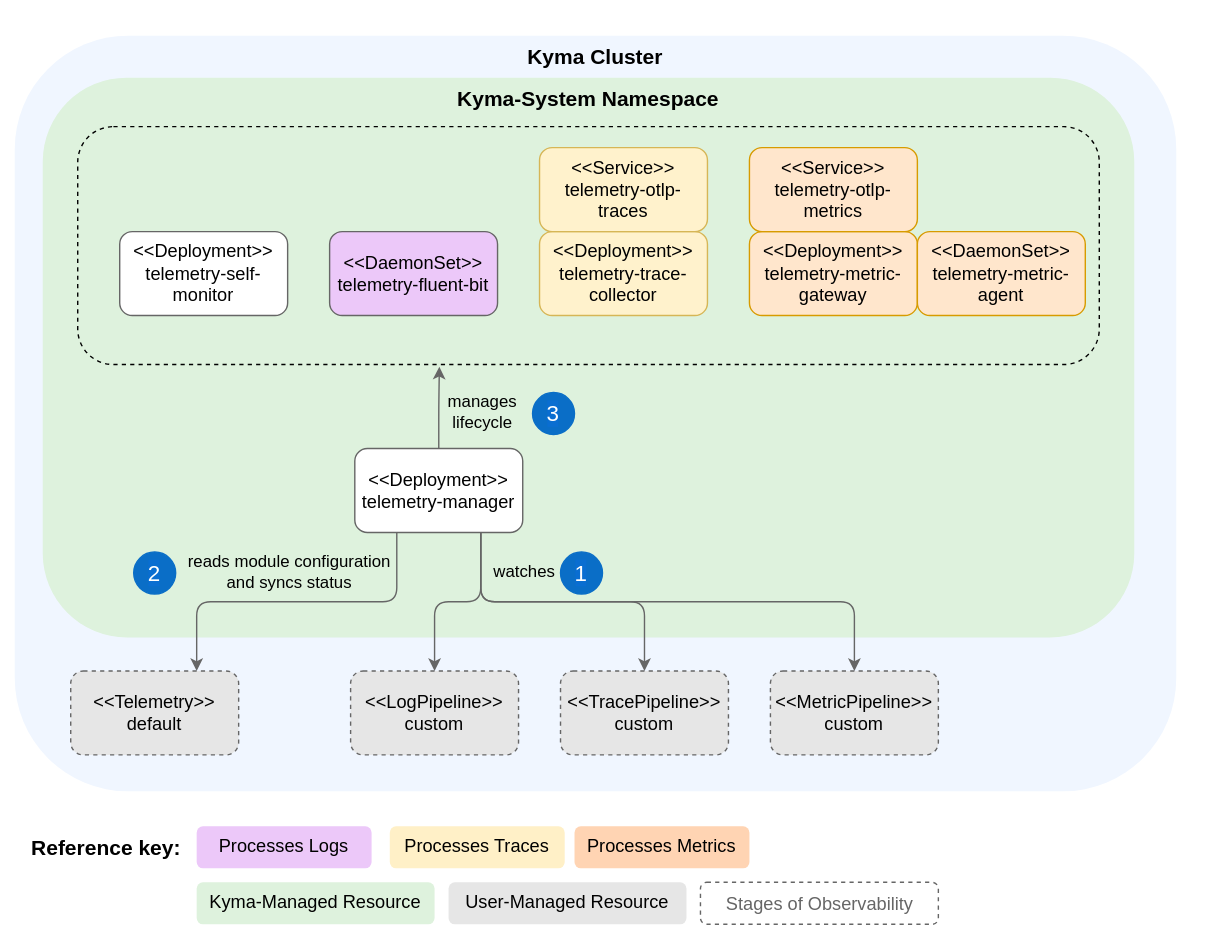
Above: docs/user/assets/manager-resources.drawio.svg in kyma-project/telemetry-manager (draw.io), before the change. Source tidied: cells renumbered, new cells last; positions are measured from the earlier drawing's top-left corner, leaving out a move shared by most shapes.
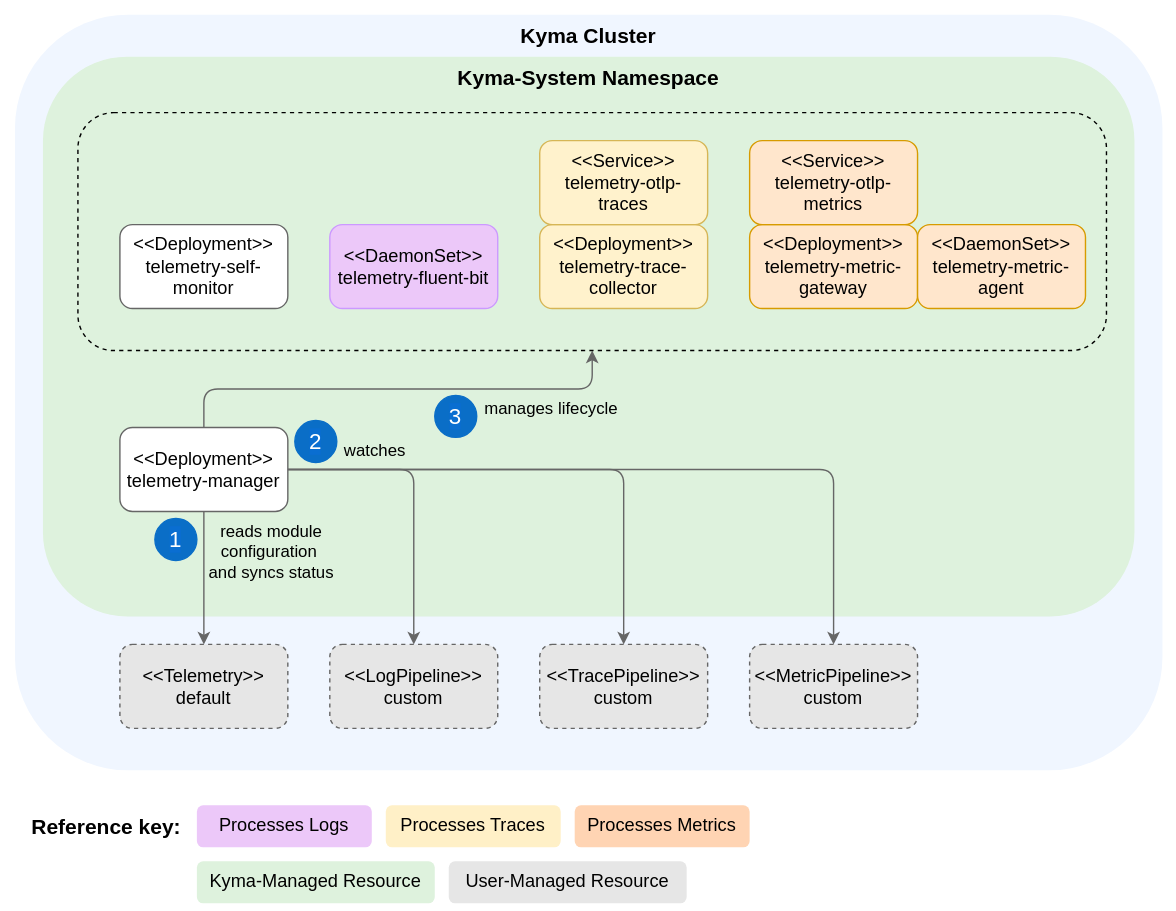
Later version of the same file.

Change to the diagram source:
```diff
@@ -3,112 +3,109 @@
     <mxCell id="0" />
     <mxCell id="1" parent="0" />
     <mxCell id="2" style="rounded=0;whiteSpace=wrap;html=1;fillColor=#FFFFFF;strokeColor=none;" parent="1" vertex="1">
-      <mxGeometry width="870" height="670" as="geometry" />
+      <mxGeometry x="-1290" y="-120" width="840" height="650" as="geometry" />
     </mxCell>
     <mxCell id="3" value="&lt;b style=&quot;color: rgb(0, 0, 0); font-size: 15px;&quot;&gt;&lt;font style=&quot;font-size: 15px;&quot;&gt;Kyma Cluster&lt;br style=&quot;font-size: 15px;&quot;&gt;&lt;/font&gt;&lt;/b&gt;" style="rounded=1;whiteSpace=wrap;html=1;fillColor=#F0F6FF;strokeColor=none;fontColor=#333333;verticalAlign=top;fontSize=15;" parent="1" vertex="1">
-      <mxGeometry x="10" y="25" width="830" height="540" as="geometry" />
+      <mxGeometry x="-1280" y="-110" width="820" height="540" as="geometry" />
     </mxCell>
     <mxCell id="4" value="&lt;font style=&quot;font-size: 15px;&quot;&gt;&lt;b&gt;Reference key:&lt;/b&gt;&lt;/font&gt;" style="text;html=1;align=center;verticalAlign=middle;strokeColor=none;fillColor=default;" parent="1" vertex="1">
-      <mxGeometry x="10" y="590" width="130" height="30" as="geometry" />
+      <mxGeometry x="-1280" y="455" width="130" height="30" as="geometry" />
     </mxCell>
     <mxCell id="5" value="&lt;span style=&quot;color: rgb(0, 0, 0); font-family: Helvetica; font-size: 13px; font-style: normal; font-variant-ligatures: normal; font-variant-caps: normal; font-weight: 400; letter-spacing: normal; orphans: 2; text-indent: 0px; text-transform: none; widows: 2; word-spacing: 0px; -webkit-text-stroke-width: 0px; text-decoration-thickness: initial; text-decoration-style: initial; text-decoration-color: initial; float: none; display: inline !important;&quot;&gt;Processes Logs&lt;/span&gt;" style="text;whiteSpace=wrap;html=1;strokeColor=none;rounded=1;fillColor=#ecc8f9;align=center;fontSize=13;" parent="1" vertex="1">
-      <mxGeometry x="140" y="590" width="125" height="30" as="geometry" />
+      <mxGeometry x="-1150" y="455" width="125" height="30" as="geometry" />
     </mxCell>
     <mxCell id="6" value="&lt;span style=&quot;color: rgb(0, 0, 0); font-family: Helvetica; font-size: 13px; font-style: normal; font-variant-ligatures: normal; font-variant-caps: normal; font-weight: 400; letter-spacing: normal; orphans: 2; text-indent: 0px; text-transform: none; widows: 2; word-spacing: 0px; -webkit-text-stroke-width: 0px; text-decoration-thickness: initial; text-decoration-style: initial; text-decoration-color: initial; float: none; display: inline !important;&quot;&gt;Processes Traces&lt;/span&gt;" style="text;whiteSpace=wrap;html=1;strokeColor=none;rounded=1;fillColor=#fff0c7;align=center;fontSize=13;" parent="1" vertex="1">
-      <mxGeometry x="278" y="590" width="125" height="30" as="geometry" />
+      <mxGeometry x="-1015" y="455" width="125" height="30" as="geometry" />
     </mxCell>
     <mxCell id="7" value="&lt;span style=&quot;color: rgb(0, 0, 0); font-family: Helvetica; font-size: 13px; font-style: normal; font-variant-ligatures: normal; font-variant-caps: normal; font-weight: 400; letter-spacing: normal; orphans: 2; text-indent: 0px; text-transform: none; widows: 2; word-spacing: 0px; -webkit-text-stroke-width: 0px; text-decoration-thickness: initial; text-decoration-style: initial; text-decoration-color: initial; float: none; display: inline !important;&quot;&gt;Processes Metrics&lt;/span&gt;" style="text;whiteSpace=wrap;html=1;strokeColor=none;rounded=1;fillColor=#ffd4b3;align=center;fontSize=13;" parent="1" vertex="1">
-      <mxGeometry x="410" y="590" width="125" height="30" as="geometry" />
+      <mxGeometry x="-880" y="455" width="125" height="30" as="geometry" />
     </mxCell>
     <mxCell id="8" value="&lt;b style=&quot;color: rgb(0, 0, 0); font-size: 15px;&quot;&gt;Kyma-System Namespace&lt;br style=&quot;font-size: 15px;&quot;&gt;&lt;/b&gt;" style="rounded=1;whiteSpace=wrap;html=1;dashed=1;fillColor=#DEF2DD;strokeColor=none;verticalAlign=top;fontSize=15;" parent="1" vertex="1">
-      <mxGeometry x="30" y="55" width="780" height="400" as="geometry" />
+      <mxGeometry x="-1260" y="-80" width="780" height="400" as="geometry" />
     </mxCell>
-    <mxCell id="9" style="edgeStyle=orthogonalEdgeStyle;rounded=1;html=1;exitX=0.5;exitY=0;exitDx=0;exitDy=0;entryX=0.354;entryY=1.009;entryDx=0;entryDy=0;elbow=vertical;strokeColor=#666666;entryPerimeter=0;" parent="1" edge="1" source="13" target="22">
+    <mxCell id="9" style="rounded=1;html=1;exitX=0.5;exitY=0;exitDx=0;exitDy=0;entryX=0.5;entryY=1;entryDx=0;entryDy=0;elbow=vertical;strokeColor=#666666;edgeStyle=orthogonalEdgeStyle;" parent="1" edge="1" source="13" target="22">
       <mxGeometry relative="1" as="geometry" />
     </mxCell>
-    <mxCell id="10" value="&lt;span style=&quot;font-size: 12px;&quot;&gt;manages&lt;/span&gt;&lt;br style=&quot;border-color: var(--border-color); font-size: 12px;&quot;&gt;&lt;span style=&quot;font-size: 12px;&quot;&gt;lifecycle&lt;/span&gt;" style="edgeLabel;html=1;align=center;verticalAlign=middle;labelBackgroundColor=none;fontSize=12;" parent="9" vertex="1">
+    <mxCell id="10" value="&lt;span style=&quot;font-size: 12px;&quot;&gt;manages&amp;nbsp;&lt;/span&gt;&lt;span style=&quot;font-size: 12px;&quot;&gt;lifecycle&lt;/span&gt;" style="edgeLabel;html=1;align=center;verticalAlign=middle;labelBackgroundColor=none;fontSize=12;" parent="9" vertex="1">
       <mxGeometry x="-0.05" y="-1" relative="1" as="geometry">
-        <mxPoint x="29" y="1" as="offset" />
+        <mxPoint x="117" y="13" as="offset" />
       </mxGeometry>
     </mxCell>
-    <mxCell id="11" style="edgeStyle=orthogonalEdgeStyle;rounded=1;html=1;exitX=0.75;exitY=1;exitDx=0;exitDy=0;entryX=0.5;entryY=0;entryDx=0;entryDy=0;elbow=vertical;strokeColor=#666666;" parent="1" edge="1" source="13" target="14">
+    <mxCell id="11" style="edgeStyle=orthogonalEdgeStyle;rounded=1;html=1;exitX=1;exitY=0.5;exitDx=0;exitDy=0;entryX=0.5;entryY=0;entryDx=0;entryDy=0;elbow=vertical;strokeColor=#666666;" parent="1" edge="1" source="13" target="14">
       <mxGeometry relative="1" as="geometry" />
     </mxCell>
-    <mxCell id="12" style="edgeStyle=orthogonalEdgeStyle;rounded=1;html=1;exitX=0.75;exitY=1;exitDx=0;exitDy=0;entryX=0.5;entryY=0;entryDx=0;entryDy=0;elbow=vertical;strokeColor=#666666;" parent="1" edge="1" source="13" target="15">
+    <mxCell id="12" style="edgeStyle=orthogonalEdgeStyle;rounded=1;html=1;exitX=1;exitY=0.5;exitDx=0;exitDy=0;entryX=0.5;entryY=0;entryDx=0;entryDy=0;elbow=vertical;strokeColor=#666666;" parent="1" edge="1" source="13" target="15">
       <mxGeometry relative="1" as="geometry" />
     </mxCell>
     <mxCell id="13" value="&amp;lt;&amp;lt;Deployment&amp;gt;&amp;gt;&lt;br style=&quot;font-size: 13px;&quot;&gt;telemetry-manager" style="rounded=1;whiteSpace=wrap;html=1;strokeColor=#666666;fontSize=13;" parent="1" vertex="1">
-      <mxGeometry x="253" y="320" width="120" height="60" as="geometry" />
+      <mxGeometry x="-1205" y="185" width="120" height="60" as="geometry" />
     </mxCell>
     <mxCell id="14" value="&amp;lt;&amp;lt;MetricPipeline&amp;gt;&amp;gt;&lt;br style=&quot;font-size: 13px;&quot;&gt;custom" style="rounded=1;whiteSpace=wrap;html=1;dashed=1;strokeColor=#666666;fontSize=13;fillColor=#E6E6E6;" parent="1" vertex="1">
-      <mxGeometry x="550" y="479" width="120" height="60" as="geometry" />
+      <mxGeometry x="-755" y="340" width="120" height="60" as="geometry" />
     </mxCell>
     <mxCell id="15" value="&amp;lt;&amp;lt;TracePipeline&amp;gt;&amp;gt;&lt;br style=&quot;font-size: 13px;&quot;&gt;custom" style="rounded=1;whiteSpace=wrap;html=1;dashed=1;strokeColor=#666666;fontSize=13;fillColor=#E6E6E6;" parent="1" vertex="1">
-      <mxGeometry x="400" y="479" width="120" height="60" as="geometry" />
+      <mxGeometry x="-905" y="340" width="120" height="60" as="geometry" />
     </mxCell>
     <mxCell id="16" value="&amp;lt;&amp;lt;Telemetry&amp;gt;&amp;gt;&lt;br style=&quot;font-size: 13px;&quot;&gt;default" style="rounded=1;whiteSpace=wrap;html=1;dashed=1;strokeColor=#666666;fontSize=13;fillColor=#E6E6E6;" parent="1" vertex="1">
-      <mxGeometry x="50" y="479" width="120" height="60" as="geometry" />
+      <mxGeometry x="-1205" y="340" width="120" height="60" as="geometry" />
     </mxCell>
-    <mxCell id="17" style="edgeStyle=orthogonalEdgeStyle;rounded=1;html=1;exitX=0.25;exitY=1;exitDx=0;exitDy=0;entryX=0.75;entryY=0;entryDx=0;entryDy=0;elbow=vertical;strokeColor=#666666;" parent="1" edge="1" source="13" target="16">
+    <mxCell id="17" style="edgeStyle=orthogonalEdgeStyle;rounded=1;html=1;exitX=0.5;exitY=1;exitDx=0;exitDy=0;entryX=0.5;entryY=0;entryDx=0;entryDy=0;elbow=vertical;strokeColor=#666666;" parent="1" edge="1" source="13" target="16">
       <mxGeometry relative="1" as="geometry" />
     </mxCell>
-    <mxCell id="18" value="reads module configuration&amp;nbsp;&lt;br style=&quot;font-size: 12px;&quot;&gt;and syncs status" style="edgeLabel;html=1;align=center;verticalAlign=middle;labelBackgroundColor=none;fontSize=12;" parent="17" vertex="1">
+    <mxCell id="18" value="reads module &lt;br&gt;configuration&amp;nbsp;&lt;br&gt;and syncs status" style="edgeLabel;html=1;align=center;verticalAlign=middle;labelBackgroundColor=none;fontSize=12;" parent="17" vertex="1">
       <mxGeometry x="0.04" y="1" relative="1" as="geometry">
-        <mxPoint x="-1" y="-23" as="offset" />
+        <mxPoint x="46" y="-21" as="offset" />
       </mxGeometry>
     </mxCell>
     <mxCell id="19" value="&amp;lt;&amp;lt;LogPipeline&amp;gt;&amp;gt;&lt;br style=&quot;font-size: 13px;&quot;&gt;custom" style="rounded=1;whiteSpace=wrap;html=1;dashed=1;strokeColor=#666666;fontSize=13;fillColor=#E6E6E6;" parent="1" vertex="1">
-      <mxGeometry x="250" y="479" width="120" height="60" as="geometry" />
+      <mxGeometry x="-1055" y="340" width="120" height="60" as="geometry" />
     </mxCell>
-    <mxCell id="20" style="edgeStyle=orthogonalEdgeStyle;rounded=1;html=1;exitX=0.75;exitY=1;exitDx=0;exitDy=0;entryX=0.5;entryY=0;entryDx=0;entryDy=0;elbow=vertical;strokeColor=#666666;" parent="1" edge="1" source="13" target="19">
+    <mxCell id="20" style="edgeStyle=orthogonalEdgeStyle;rounded=1;html=1;exitX=1;exitY=0.5;exitDx=0;exitDy=0;entryX=0.5;entryY=0;entryDx=0;entryDy=0;elbow=vertical;strokeColor=#666666;" parent="1" edge="1" source="13" target="19">
       <mxGeometry relative="1" as="geometry" />
     </mxCell>
     <mxCell id="21" value="watches" style="edgeLabel;html=1;align=center;verticalAlign=middle;labelBackgroundColor=none;fontSize=12;" parent="20" vertex="1">
       <mxGeometry x="0.04" y="1" relative="1" as="geometry">
-        <mxPoint x="50" y="-23" as="offset" />
+        <mxPoint x="-30" y="-35" as="offset" />
       </mxGeometry>
     </mxCell>
     <mxCell id="22" style="rounded=1;whiteSpace=wrap;html=1;dashed=1;fontSize=13;fillColor=none;" parent="1" vertex="1">
-      <mxGeometry x="55" y="90" width="730" height="170" as="geometry" />
+      <mxGeometry x="-1235" y="-40" width="735" height="170" as="geometry" />
     </mxCell>
     <mxCell id="23" value="&lt;font style=&quot;font-size: 13px;&quot;&gt;&amp;lt;&amp;lt;Deployment&amp;gt;&amp;gt;&lt;br style=&quot;font-size: 13px;&quot;&gt;telemetry-trace-collector&lt;/font&gt;" style="rounded=1;whiteSpace=wrap;html=1;strokeColor=#d6b656;fillColor=#fff2cc;fontSize=13;" parent="1" vertex="1">
-      <mxGeometry x="385" y="165" width="120" height="60" as="geometry" />
+      <mxGeometry x="-905" y="40" width="120" height="60" as="geometry" />
     </mxCell>
-    <mxCell id="24" value="&amp;lt;&amp;lt;DaemonSet&amp;gt;&amp;gt;&lt;br style=&quot;font-size: 13px;&quot;&gt;telemetry-fluent-bit" style="rounded=1;whiteSpace=wrap;html=1;strokeColor=#666666;fontSize=13;fillColor=#ECC8F9;" parent="1" vertex="1">
-      <mxGeometry x="235" y="165" width="120" height="60" as="geometry" />
+    <mxCell id="24" value="&amp;lt;&amp;lt;DaemonSet&amp;gt;&amp;gt;&lt;br style=&quot;font-size: 13px;&quot;&gt;telemetry-fluent-bit" style="rounded=1;whiteSpace=wrap;html=1;strokeColor=#cc99ff;fontSize=13;fillColor=#ECC8F9;" parent="1" vertex="1">
+      <mxGeometry x="-1055" y="40" width="120" height="60" as="geometry" />
     </mxCell>
     <mxCell id="25" value="&amp;lt;&amp;lt;Service&amp;gt;&amp;gt;&lt;br style=&quot;font-size: 13px;&quot;&gt;telemetry-otlp-traces" style="rounded=1;whiteSpace=wrap;html=1;strokeColor=#d6b656;fontSize=13;fillColor=#fff2cc;" parent="1" vertex="1">
-      <mxGeometry x="385" y="105" width="120" height="60" as="geometry" />
+      <mxGeometry x="-905" y="-20" width="120" height="60" as="geometry" />
     </mxCell>
     <mxCell id="26" value="&amp;lt;&amp;lt;Deployment&amp;gt;&amp;gt;&lt;br style=&quot;font-size: 13px;&quot;&gt;telemetry-self-monitor" style="rounded=1;whiteSpace=wrap;html=1;strokeColor=#666666;fontSize=13;" parent="1" vertex="1">
-      <mxGeometry x="85" y="165" width="120" height="60" as="geometry" />
+      <mxGeometry x="-1205" y="40" width="120" height="60" as="geometry" />
     </mxCell>
     <mxCell id="27" value="&amp;lt;&amp;lt;Deployment&amp;gt;&amp;gt;&lt;br style=&quot;font-size: 13px;&quot;&gt;telemetry-metric-gateway" style="rounded=1;whiteSpace=wrap;html=1;strokeColor=#d79b00;fontSize=13;fillColor=#ffe6cc;" parent="1" vertex="1">
-      <mxGeometry x="535" y="165" width="120" height="60" as="geometry" />
+      <mxGeometry x="-755" y="40" width="120" height="60" as="geometry" />
     </mxCell>
     <mxCell id="28" value="&amp;lt;&amp;lt;DaemonSet&amp;gt;&amp;gt;&lt;br style=&quot;font-size: 13px;&quot;&gt;telemetry-metric-agent" style="rounded=1;whiteSpace=wrap;html=1;strokeColor=#d79b00;fontSize=13;fillColor=#ffe6cc;" parent="1" vertex="1">
-      <mxGeometry x="655" y="165" width="120" height="60" as="geometry" />
+      <mxGeometry x="-635" y="40" width="120" height="60" as="geometry" />
     </mxCell>
     <mxCell id="29" value="&amp;lt;&amp;lt;Service&amp;gt;&amp;gt;&lt;br style=&quot;font-size: 13px;&quot;&gt;telemetry-otlp-metrics" style="rounded=1;whiteSpace=wrap;html=1;strokeColor=#d79b00;fontSize=13;fillColor=#ffe6cc;" parent="1" vertex="1">
-      <mxGeometry x="535" y="105" width="120" height="60" as="geometry" />
+      <mxGeometry x="-755" y="-20" width="120" height="60" as="geometry" />
     </mxCell>
-    <mxCell id="30" value="&lt;span style=&quot;font-size: 16px;&quot;&gt;1&lt;/span&gt;" style="ellipse;whiteSpace=wrap;html=1;labelBackgroundColor=#0A6ED1;fontColor=#FFFFFF;fillColor=#0A6EC7;strokeColor=#0A6EC7;" parent="1" vertex="1">
-      <mxGeometry x="400" y="394" width="30" height="30" as="geometry" />
+    <mxCell id="30" value="&lt;span style=&quot;font-size: 16px;&quot;&gt;2&lt;/span&gt;" style="ellipse;whiteSpace=wrap;html=1;labelBackgroundColor=#0A6ED1;fontColor=#FFFFFF;fillColor=#0A6EC7;strokeColor=#0A6EC7;" parent="1" vertex="1">
+      <mxGeometry x="-1080" y="180" width="30" height="30" as="geometry" />
     </mxCell>
-    <mxCell id="31" value="&lt;span style=&quot;font-size: 16px;&quot;&gt;2&lt;/span&gt;" style="ellipse;whiteSpace=wrap;html=1;labelBackgroundColor=#0A6ED1;fontColor=#FFFFFF;fillColor=#0A6EC7;strokeColor=#0A6EC7;" parent="1" vertex="1">
-      <mxGeometry x="95" y="394" width="30" height="30" as="geometry" />
+    <mxCell id="31" value="&lt;span style=&quot;font-size: 16px;&quot;&gt;1&lt;/span&gt;" style="ellipse;whiteSpace=wrap;html=1;labelBackgroundColor=#0A6ED1;fontColor=#FFFFFF;fillColor=#0A6EC7;strokeColor=#0A6EC7;" parent="1" vertex="1">
+      <mxGeometry x="-1180" y="250" width="30" height="30" as="geometry" />
     </mxCell>
     <mxCell id="32" value="&lt;span style=&quot;font-size: 16px;&quot;&gt;3&lt;/span&gt;" style="ellipse;whiteSpace=wrap;html=1;labelBackgroundColor=#0A6ED1;fontColor=#FFFFFF;fillColor=#0A6EC7;strokeColor=#0A6EC7;" parent="1" vertex="1">
-      <mxGeometry x="380" y="280" width="30" height="30" as="geometry" />
+      <mxGeometry x="-980" y="162" width="30" height="30" as="geometry" />
     </mxCell>
     <mxCell id="33" value="&lt;span style=&quot;color: rgb(0, 0, 0); font-family: Helvetica; font-size: 13px; font-style: normal; font-variant-ligatures: normal; font-variant-caps: normal; font-weight: 400; letter-spacing: normal; orphans: 2; text-indent: 0px; text-transform: none; widows: 2; word-spacing: 0px; -webkit-text-stroke-width: 0px; text-decoration-thickness: initial; text-decoration-style: initial; text-decoration-color: initial; float: none; display: inline !important;&quot;&gt;User-Managed Resource&lt;/span&gt;" style="text;whiteSpace=wrap;html=1;strokeColor=none;rounded=1;fillColor=#e6e6e6;align=center;fontSize=13;" parent="1" vertex="1">
-      <mxGeometry x="320" y="630" width="170" height="30" as="geometry" />
+      <mxGeometry x="-970" y="495" width="170" height="30" as="geometry" />
     </mxCell>
-    <mxCell id="34" value="&lt;font color=&quot;#666666&quot; style=&quot;font-size: 13px;&quot;&gt;&lt;font style=&quot;font-size: 13px;&quot;&gt;Stages of Observability&lt;/font&gt;&lt;br style=&quot;font-size: 13px;&quot;&gt;&lt;/font&gt;" style="html=1;fillColor=none;strokeColor=#666666;rounded=1;dashed=1;fontSize=13;" parent="1" vertex="1">
-      <mxGeometry x="500" y="630" width="170" height="30" as="geometry" />
-    </mxCell>
     <mxCell id="35" value="&lt;span style=&quot;color: rgb(0, 0, 0); font-family: Helvetica; font-size: 13px; font-style: normal; font-variant-ligatures: normal; font-variant-caps: normal; font-weight: 400; letter-spacing: normal; orphans: 2; text-indent: 0px; text-transform: none; widows: 2; word-spacing: 0px; -webkit-text-stroke-width: 0px; text-decoration-thickness: initial; text-decoration-style: initial; text-decoration-color: initial; float: none; display: inline !important;&quot;&gt;Kyma-Managed Resource&lt;/span&gt;" style="text;whiteSpace=wrap;html=1;strokeColor=none;rounded=1;fillColor=#def2dd;align=center;" parent="1" vertex="1">
-      <mxGeometry x="140" y="630" width="170" height="30" as="geometry" />
+      <mxGeometry x="-1150" y="495" width="170" height="30" as="geometry" />
     </mxCell>
   </root>
 </mxGraphModel>
```
